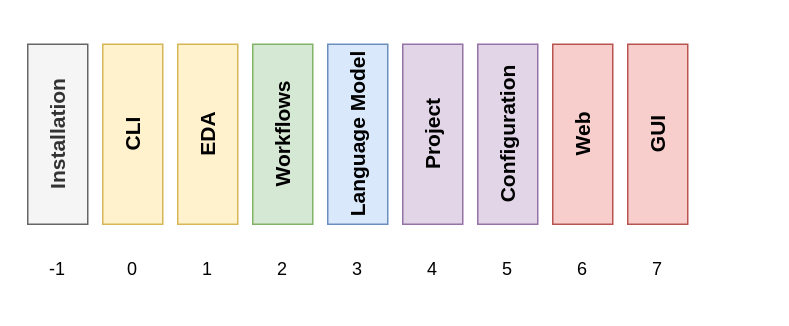
The draw.io diagram EDAA.drawio in edaa-org/edaa-org.github.io, before the edit. Source tidied: cells renumbered, new cells numbered last; positions are measured from the earlier drawing's top-left corner, leaving out a move shared by most shapes. Both pictures are drawn from the tidied source at 150%, with x=0, y=0 at pixel (-33, 104).
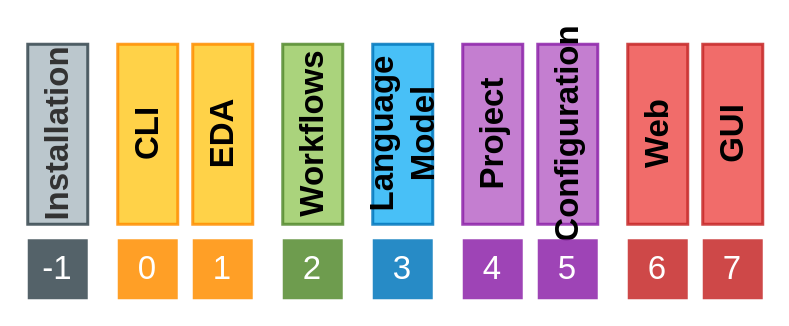
The same diagram, later.

Commit message (it also covers changes not shown here):
drawio: adjust colours of the layer diagram

What changed in the source:
```diff
@@
 <mxGraphModel>
   <root>
     <mxCell id="0" />
     <mxCell id="1" parent="0" />
-    <mxCell id="2" value="CLI" style="rounded=0;whiteSpace=wrap;html=1;fillColor=#fff2cc;strokeColor=#d6b656;fontSize=14;fontStyle=1;rotation=-90;" parent="1" vertex="1">
-      <mxGeometry x="50" width="120" height="40" as="geometry" />
+    <mxCell id="2" value="CLI" style="rounded=0;whiteSpace=wrap;html=1;fontSize=22;fontStyle=1;rotation=-90;fontFamily=Teko;fillColor=#ffca28;strokeColor=#FF8F00;strokeWidth=2;opacity=85;" parent="1" vertex="1">
+      <mxGeometry x="60" width="120" height="40" as="geometry" />
     </mxCell>
-    <mxCell id="3" value="EDA" style="rounded=0;whiteSpace=wrap;html=1;fillColor=#fff2cc;strokeColor=#d6b656;fontSize=14;fontStyle=1;rotation=-90;" parent="1" vertex="1">
-      <mxGeometry x="100" width="120" height="40" as="geometry" />
+    <mxCell id="3" value="EDA" style="rounded=0;whiteSpace=wrap;html=1;fontSize=22;fontStyle=1;rotation=-90;fontFamily=Teko;fillColor=#ffca28;strokeColor=#FF8F00;strokeWidth=2;opacity=85;" parent="1" vertex="1">
+      <mxGeometry x="110" width="120" height="40" as="geometry" />
     </mxCell>
-    <mxCell id="4" value="Workflows" style="rounded=0;whiteSpace=wrap;html=1;fillColor=#d5e8d4;strokeColor=#82b366;fontSize=14;fontStyle=1;rotation=-90;" parent="1" vertex="1">
-      <mxGeometry x="150" width="120" height="40" as="geometry" />
+    <mxCell id="4" value="Workflows" style="rounded=0;whiteSpace=wrap;html=1;fontSize=22;fontStyle=1;rotation=-90;fontFamily=Teko;fillColor=#9ccc65;strokeColor=#558B2F;strokeWidth=2;opacity=85;" parent="1" vertex="1">
+      <mxGeometry x="170" width="120" height="40" as="geometry" />
     </mxCell>
-    <mxCell id="5" value="Project" style="rounded=0;whiteSpace=wrap;html=1;fillColor=#e1d5e7;strokeColor=#9673a6;fontSize=14;fontStyle=1;rotation=-90;" parent="1" vertex="1">
-      <mxGeometry x="250" width="120" height="40" as="geometry" />
+    <mxCell id="5" value="Project" style="rounded=0;whiteSpace=wrap;html=1;fontSize=22;fontStyle=1;rotation=-90;fontFamily=Teko;fillColor=#ba68c8;strokeColor=#8e24aa;strokeWidth=2;opacity=85;" parent="1" vertex="1">
+      <mxGeometry x="290" width="120" height="40" as="geometry" />
     </mxCell>
-    <mxCell id="6" value="Configuration" style="rounded=0;whiteSpace=wrap;html=1;fillColor=#e1d5e7;strokeColor=#9673a6;fontSize=14;fontStyle=1;rotation=-90;" parent="1" vertex="1">
-      <mxGeometry x="300" width="120" height="40" as="geometry" />
+    <mxCell id="6" value="Configuration" style="rounded=0;whiteSpace=wrap;html=1;fontSize=22;fontStyle=1;rotation=-90;fontFamily=Teko;strokeColor=#8E24AA;fillColor=#BA68C8;strokeWidth=2;opacity=85;" parent="1" vertex="1">
+      <mxGeometry x="340" width="120" height="40" as="geometry" />
     </mxCell>
-    <mxCell id="7" value="Language Model" style="rounded=0;whiteSpace=wrap;html=1;fillColor=#dae8fc;strokeColor=#6c8ebf;fontSize=14;fontStyle=1;rotation=-90;" parent="1" vertex="1">
-      <mxGeometry x="200" width="120" height="40" as="geometry" />
+    <mxCell id="7" value="Language Model" style="rounded=0;whiteSpace=wrap;html=1;fontSize=22;fontStyle=1;rotation=-90;fontFamily=Teko;fillColor=#29b6f6;strokeColor=#0277BD;strokeWidth=2;opacity=85;" parent="1" vertex="1">
+      <mxGeometry x="230" width="120" height="40" as="geometry" />
     </mxCell>
-    <mxCell id="8" value="Installation" style="rounded=0;whiteSpace=wrap;html=1;fillColor=#f5f5f5;strokeColor=#666666;fontColor=#333333;fontSize=14;fontStyle=1;rotation=-90;" parent="1" vertex="1">
+    <mxCell id="8" value="Installation" style="rounded=0;whiteSpace=wrap;html=1;fontColor=#333333;fontSize=22;fontStyle=1;rotation=-90;fontFamily=Teko;FType=g;strokeColor=#37474F;strokeWidth=2;fillColor=#b0bec5;opacity=85;" parent="1" vertex="1">
       <mxGeometry width="120" height="40" as="geometry" />
     </mxCell>
-    <mxCell id="9" value="&lt;span&gt;0&lt;/span&gt;" style="rounded=0;whiteSpace=wrap;html=1;strokeColor=none;" parent="1" vertex="1">
-      <mxGeometry x="90" y="90" width="40" height="40" as="geometry" />
+    <mxCell id="9" value="&lt;span style=&quot;font-size: 22px;&quot;&gt;0&lt;/span&gt;" style="rounded=0;whiteSpace=wrap;html=1;strokeColor=none;fontFamily=Teko;fontSize=22;fontColor=#FFFFFF;fillColor=#ff8f00;opacity=85;" parent="1" vertex="1">
+      <mxGeometry x="100" y="90" width="40" height="40" as="geometry" />
     </mxCell>
-    <mxCell id="10" value="&lt;span&gt;1&lt;/span&gt;" style="rounded=0;whiteSpace=wrap;html=1;strokeColor=none;" parent="1" vertex="1">
-      <mxGeometry x="140" y="90" width="40" height="40" as="geometry" />
+    <mxCell id="10" value="&lt;span style=&quot;font-size: 22px;&quot;&gt;1&lt;/span&gt;" style="rounded=0;whiteSpace=wrap;html=1;strokeColor=none;fontFamily=Teko;fontSize=22;fontColor=#FFFFFF;fillColor=#ff8f00;opacity=85;" parent="1" vertex="1">
+      <mxGeometry x="150" y="90" width="40" height="40" as="geometry" />
     </mxCell>
-    <mxCell id="11" value="&lt;span&gt;2&lt;/span&gt;" style="rounded=0;whiteSpace=wrap;html=1;strokeColor=none;" parent="1" vertex="1">
-      <mxGeometry x="190" y="90" width="40" height="40" as="geometry" />
+    <mxCell id="11" value="&lt;span style=&quot;font-size: 22px;&quot;&gt;2&lt;/span&gt;" style="rounded=0;whiteSpace=wrap;html=1;strokeColor=none;fontFamily=Teko;fontSize=22;fontColor=#FFFFFF;fillColor=#558b2f;opacity=85;" parent="1" vertex="1">
+      <mxGeometry x="210" y="90" width="40" height="40" as="geometry" />
     </mxCell>
-    <mxCell id="12" value="&lt;span&gt;3&lt;/span&gt;" style="rounded=0;whiteSpace=wrap;html=1;strokeColor=none;" parent="1" vertex="1">
-      <mxGeometry x="240" y="90" width="40" height="40" as="geometry" />
+    <mxCell id="12" value="&lt;span style=&quot;font-size: 22px;&quot;&gt;3&lt;/span&gt;" style="rounded=0;whiteSpace=wrap;html=1;strokeColor=none;fontFamily=Teko;fontSize=22;fontColor=#FFFFFF;fillColor=#0277bd;opacity=85;" parent="1" vertex="1">
+      <mxGeometry x="270" y="90" width="40" height="40" as="geometry" />
     </mxCell>
-    <mxCell id="13" value="&lt;span&gt;4&lt;/span&gt;" style="rounded=0;whiteSpace=wrap;html=1;strokeColor=none;" parent="1" vertex="1">
-      <mxGeometry x="290" y="90" width="40" height="40" as="geometry" />
+    <mxCell id="13" value="&lt;span style=&quot;font-size: 22px;&quot;&gt;4&lt;/span&gt;" style="rounded=0;whiteSpace=wrap;html=1;strokeColor=none;fontFamily=Teko;fontSize=22;fontColor=#FFFFFF;fillColor=#8e24aa;opacity=85;" parent="1" vertex="1">
+      <mxGeometry x="330" y="90" width="40" height="40" as="geometry" />
     </mxCell>
-    <mxCell id="14" value="&lt;span&gt;5&lt;/span&gt;" style="rounded=0;whiteSpace=wrap;html=1;strokeColor=none;" parent="1" vertex="1">
-      <mxGeometry x="340" y="90" width="40" height="40" as="geometry" />
+    <mxCell id="14" value="&lt;span style=&quot;font-size: 22px;&quot;&gt;5&lt;/span&gt;" style="rounded=0;whiteSpace=wrap;html=1;strokeColor=none;fontFamily=Teko;fontSize=22;fillColor=#8e24aa;fontColor=#FFFFFF;opacity=85;" parent="1" vertex="1">
+      <mxGeometry x="380" y="90" width="40" height="40" as="geometry" />
     </mxCell>
-    <mxCell id="15" value="-1" style="rounded=0;whiteSpace=wrap;html=1;strokeColor=none;" parent="1" vertex="1">
+    <mxCell id="15" value="-1" style="rounded=0;whiteSpace=wrap;html=1;strokeColor=none;fontFamily=Teko;fontSize=22;fillColor=#37474f;fontColor=#FFFFFF;opacity=85;" parent="1" vertex="1">
       <mxGeometry x="40" y="90" width="40" height="40" as="geometry" />
     </mxCell>
-    <mxCell id="16" value="Web" style="rounded=0;whiteSpace=wrap;html=1;fillColor=#f8cecc;strokeColor=#b85450;fontSize=14;fontStyle=1;rotation=-90;" parent="1" vertex="1">
-      <mxGeometry x="350" width="120" height="40" as="geometry" />
+    <mxCell id="16" value="Web" style="rounded=0;whiteSpace=wrap;html=1;fontSize=22;fontStyle=1;rotation=-90;fontFamily=Teko;fillColor=#ef5350;strokeColor=#C62828;strokeWidth=2;opacity=85;" parent="1" vertex="1">
+      <mxGeometry x="400" width="120" height="40" as="geometry" />
     </mxCell>
-    <mxCell id="17" value="GUI" style="rounded=0;whiteSpace=wrap;html=1;fillColor=#f8cecc;strokeColor=#b85450;fontSize=14;fontStyle=1;rotation=-90;" parent="1" vertex="1">
-      <mxGeometry x="400" width="120" height="40" as="geometry" />
+    <mxCell id="17" value="GUI" style="rounded=0;whiteSpace=wrap;html=1;fontSize=22;fontStyle=1;rotation=-90;fontFamily=Teko;fillColor=#ef5350;strokeColor=#c62828;strokeWidth=2;opacity=85;" parent="1" vertex="1">
+      <mxGeometry x="450" width="120" height="40" as="geometry" />
     </mxCell>
-    <mxCell id="18" value="&lt;span&gt;6&lt;/span&gt;" style="rounded=0;whiteSpace=wrap;html=1;strokeColor=none;" parent="1" vertex="1">
-      <mxGeometry x="390" y="90" width="40" height="40" as="geometry" />
+    <mxCell id="18" value="&lt;span style=&quot;font-size: 22px;&quot;&gt;6&lt;/span&gt;" style="rounded=0;whiteSpace=wrap;html=1;strokeColor=none;fontFamily=Teko;fontSize=22;fontColor=#FFFFFF;fillColor=#c62828;opacity=85;" parent="1" vertex="1">
+      <mxGeometry x="440" y="90" width="40" height="40" as="geometry" />
     </mxCell>
-    <mxCell id="19" value="&lt;span&gt;7&lt;/span&gt;" style="rounded=0;whiteSpace=wrap;html=1;strokeColor=none;" parent="1" vertex="1">
-      <mxGeometry x="440" y="90" width="40" height="40" as="geometry" />
+    <mxCell id="19" value="&lt;span style=&quot;font-size: 22px;&quot;&gt;7&lt;/span&gt;" style="rounded=0;whiteSpace=wrap;html=1;strokeColor=none;fontFamily=Teko;fontSize=22;fillColor=#c62828;fontColor=#FFFFFF;opacity=85;" parent="1" vertex="1">
+      <mxGeometry x="490" y="90" width="40" height="40" as="geometry" />
     </mxCell>
   </root>
 </mxGraphModel>
```
